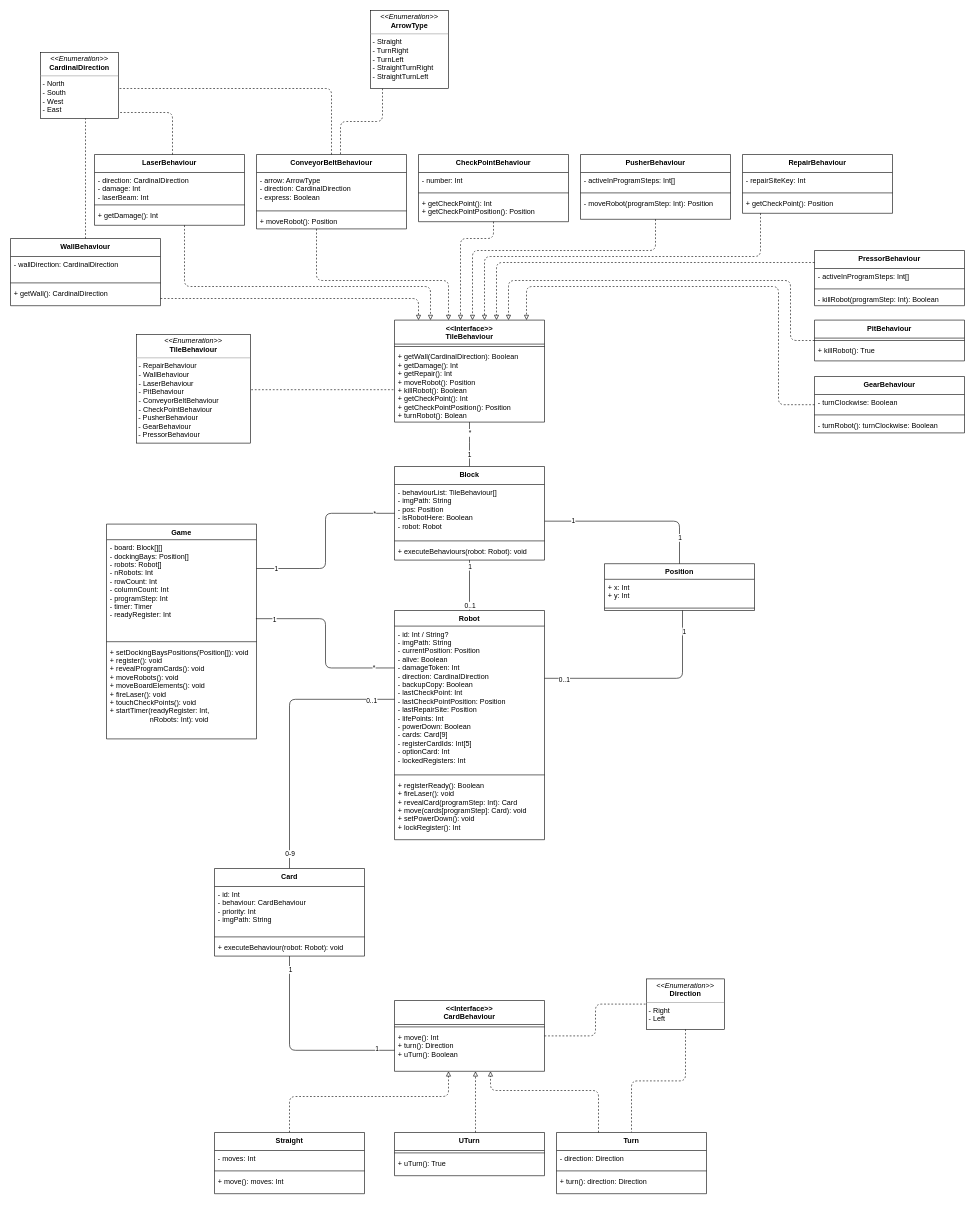
moritzscheer/swp2022a keeps this draw.io diagram as page "Page-1" (1 of 3) of server/documentation_server/gameClassDiagram.drawio. Above is the earlier version. Source tidied: cells renumbered, new cells numbered last; positions are measured from the earlier drawing's top-left corner, leaving out a move shared by most shapes. Both pictures are drawn from the tidied source at 60%, with x=0, y=0 at pixel (10, 10).
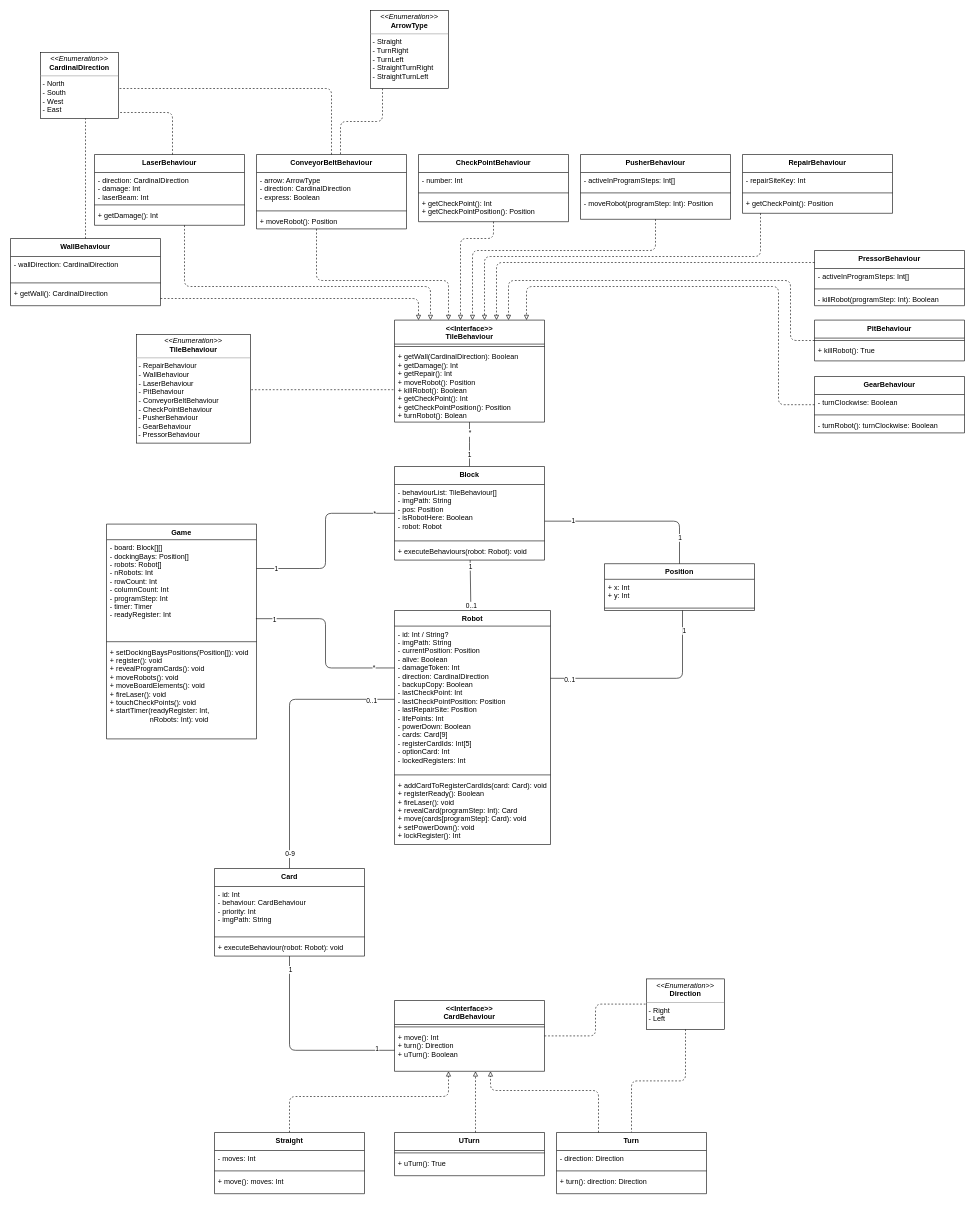
Above is the later version.

Change to the diagram source:
```diff
@@
     <mxCell id="18" value="Robot" style="swimlane;fontStyle=1;align=center;verticalAlign=top;horizontal=1;startSize=26;" parent="1" vertex="1">
-      <mxGeometry x="640" y="1000" width="250" height="382" as="geometry" />
+      <mxGeometry x="640" y="1000" width="260" height="390" as="geometry" />
     </mxCell>
     <mxCell id="19" value="- id: Int / String?&#10;- imgPath: String&#10;- currentPosition: Position&#10;- alive: Boolean&#10;- damageToken: Int&#10;- direction: CardinalDirection&#10;- backupCopy: Boolean&#10;- lastCheckPoint: Int&#10;- lastCheckPointPosition: Position&#10;- lastRepairSite: Position&#10;- lifePoints: Int&#10;- powerDown: Boolean&#10;- cards: Card[9]&#10;- registerCardIds: Int[5] &#10;- optionCard: Int&#10;- lockedRegisters: Int" style="text;strokeColor=none;fillColor=none;align=left;verticalAlign=top;spacingLeft=4;spacingRight=4;overflow=hidden;points=[[0,0.5],[1,0.5]];portConstraint=eastwest;" parent="18" vertex="1">
-      <mxGeometry y="26" width="250" height="244" as="geometry" />
+      <mxGeometry y="26" width="260" height="244" as="geometry" />
     </mxCell>
     <mxCell id="20" style="line;strokeWidth=1;fillColor=none;align=left;verticalAlign=middle;spacingTop=-1;spacingLeft=3;spacingRight=3;labelPosition=right;" parent="18" vertex="1">
-      <mxGeometry y="270" width="250" height="8" as="geometry" />
+      <mxGeometry y="270" width="260" height="8" as="geometry" />
     </mxCell>
-    <mxCell id="21" value="+ registerReady(): Boolean&#10;+ fireLaser(): void&#10;+ revealCard(programStep: Int): Card&#10;+ move(cards[programStep]: Card): void&#10;+ setPowerDown(): void&#10;+ lockRegister(): Int" style="text;strokeColor=none;fillColor=none;align=left;verticalAlign=top;spacingLeft=4;spacingRight=4;overflow=hidden;" parent="18" vertex="1">
-      <mxGeometry y="278" width="250" height="104" as="geometry" />
+    <mxCell id="21" value="+ addCardToRegisterCardIds(card: Card): void&#10;+ registerReady(): Boolean&#10;+ fireLaser(): void&#10;+ revealCard(programStep: Int): Card&#10;+ move(cards[programStep]: Card): void&#10;+ setPowerDown(): void&#10;+ lockRegister(): Int" style="text;strokeColor=none;fillColor=none;align=left;verticalAlign=top;spacingLeft=4;spacingRight=4;overflow=hidden;" parent="18" vertex="1">
+      <mxGeometry y="278" width="260" height="112" as="geometry" />
     </mxCell>
```
